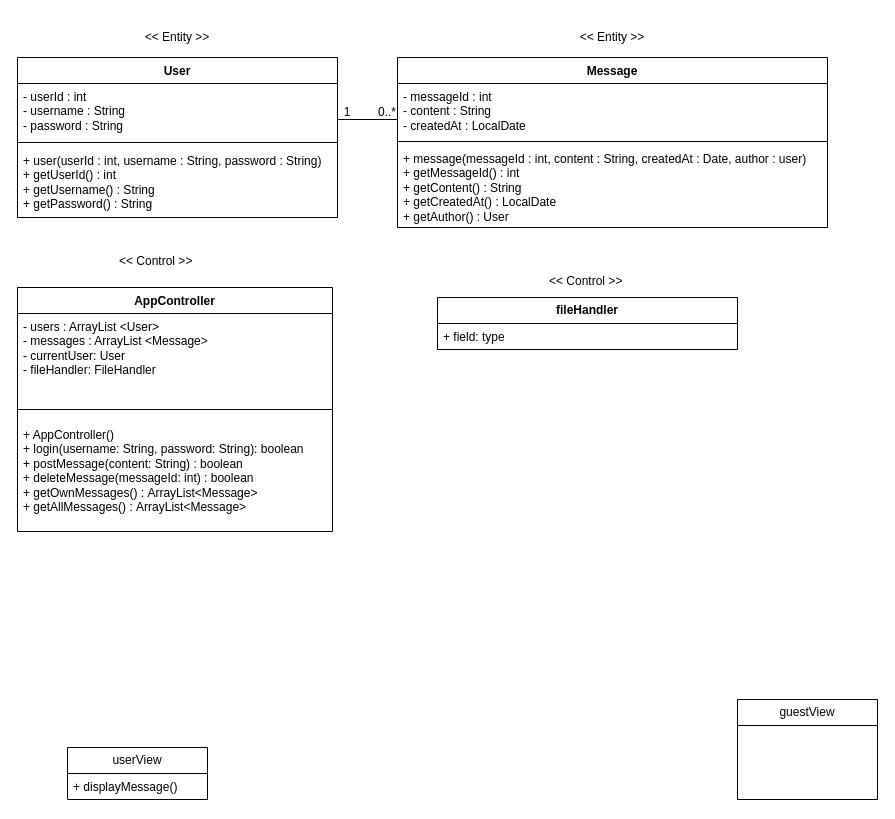
Above: diagrams/class_diagram.drawio in SaraMalmstedt/Chatterbox_Group3 (draw.io), before the change. Source tidied: cells renumbered, new cells numbered last; positions are measured from the earlier drawing's top-left corner, leaving out a move shared by most shapes. Both pictures are drawn from the tidied source at 100%, with x=0, y=0 at pixel (17, 17).
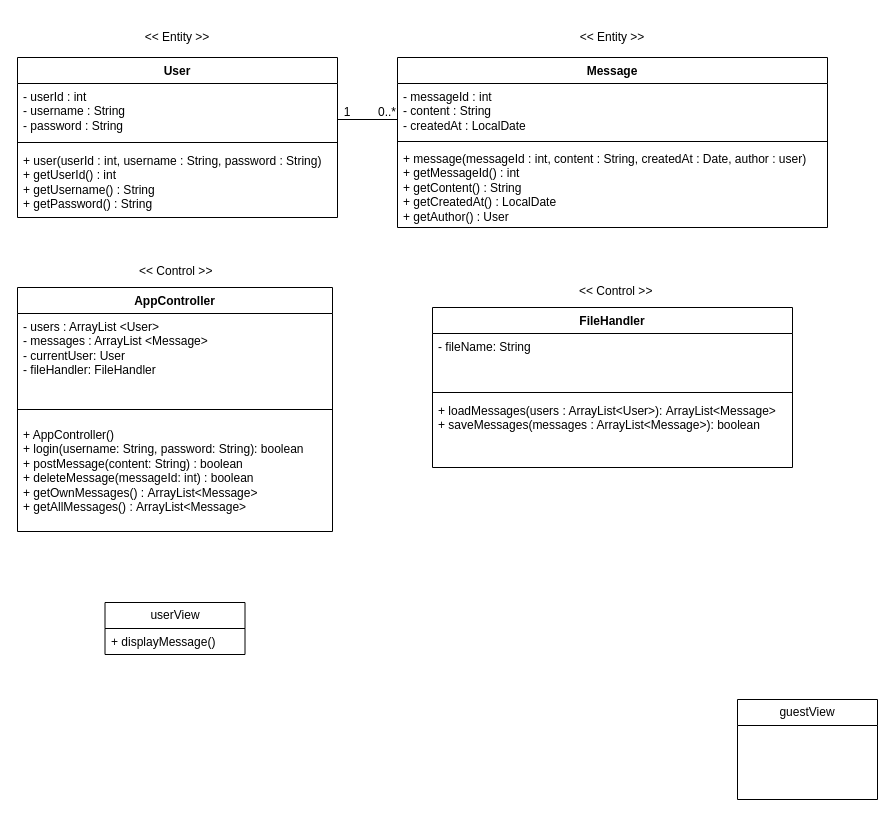
The same page after the edit.

Commit message:
Update class diagram with Controller class FileHandler

The edit, as a diff of the source:
```diff
@@
-    <mxCell id="14" value="&lt;b&gt;fileHandler&lt;/b&gt;" style="swimlane;fontStyle=0;horizontal=1;startSize=26;fillColor=none;whiteSpace=wrap;html=1;" parent="1" vertex="1">
-      <mxGeometry x="420" y="280" width="300" height="52" as="geometry" />
-    </mxCell>
-    <mxCell id="15" value="+ field: type" style="text;strokeColor=none;fillColor=none;align=left;verticalAlign=top;spacingLeft=4;spacingRight=4;overflow=hidden;whiteSpace=wrap;html=1;" parent="14" vertex="1">
-      <mxGeometry y="26" width="300" height="26" as="geometry" />
-    </mxCell>
@@
     <mxCell id="18" value="userView" style="swimlane;fontStyle=0;horizontal=1;startSize=26;fillColor=none;whiteSpace=wrap;html=1;" parent="1" vertex="1">
-      <mxGeometry x="50" y="730" width="140" height="52" as="geometry" />
+      <mxGeometry x="87.5" y="585" width="140" height="52" as="geometry" />
     </mxCell>
@@
     <mxCell id="24" value="&lt;span style=&quot;color: rgb(0, 0, 0); font-family: Helvetica; font-size: 12px; font-style: normal; font-variant-ligatures: normal; font-variant-caps: normal; font-weight: 400; letter-spacing: normal; orphans: 2; text-align: center; text-indent: 0px; text-transform: none; widows: 2; word-spacing: 0px; -webkit-text-stroke-width: 0px; white-space: normal; text-decoration-thickness: initial; text-decoration-style: initial; text-decoration-color: initial; float: none; background-color: rgb(255, 255, 255); display: inline !important;&quot;&gt;&amp;lt;&amp;lt; Control &amp;gt;&amp;gt;&lt;/span&gt;" style="text;whiteSpace=wrap;html=1;" parent="1" vertex="1">
-      <mxGeometry x="100" y="230" width="100" height="40" as="geometry" />
+      <mxGeometry x="120" y="240" width="100" height="40" as="geometry" />
     </mxCell>
     <mxCell id="25" value="&lt;span style=&quot;color: rgb(0, 0, 0); font-family: Helvetica; font-size: 12px; font-style: normal; font-variant-ligatures: normal; font-variant-caps: normal; font-weight: 400; letter-spacing: normal; orphans: 2; text-align: center; text-indent: 0px; text-transform: none; widows: 2; word-spacing: 0px; -webkit-text-stroke-width: 0px; white-space: normal; text-decoration-thickness: initial; text-decoration-style: initial; text-decoration-color: initial; float: none; background-color: rgb(255, 255, 255); display: inline !important;&quot;&gt;&amp;lt;&amp;lt; Control &amp;gt;&amp;gt;&lt;/span&gt;" style="text;whiteSpace=wrap;html=1;" parent="1" vertex="1">
-      <mxGeometry x="530" y="250" width="100" height="40" as="geometry" />
+      <mxGeometry x="560" y="260" width="100" height="30" as="geometry" />
     </mxCell>
+    <mxCell id="26" value="FileHandler" style="swimlane;fontStyle=1;align=center;verticalAlign=top;horizontal=1;startSize=26;whiteSpace=wrap;html=1;" parent="1" vertex="1">
+      <mxGeometry x="415" y="290" width="360" height="160" as="geometry" />
+    </mxCell>
+    <mxCell id="27" value="- fileName: String&lt;br&gt;" style="text;strokeColor=none;fillColor=none;align=left;verticalAlign=top;spacingLeft=4;spacingRight=4;overflow=hidden;whiteSpace=wrap;html=1;" parent="26" vertex="1">
+      <mxGeometry y="26" width="360" height="54" as="geometry" />
+    </mxCell>
+    <mxCell id="28" style="line;strokeWidth=1;fillColor=none;align=left;verticalAlign=middle;spacingTop=-1;spacingLeft=3;spacingRight=3;labelPosition=right;strokeColor=inherit;" parent="26" vertex="1">
+      <mxGeometry y="80" width="360" height="10" as="geometry" />
+    </mxCell>
+    <mxCell id="29" value="&lt;div&gt;+ loadMessages(users : ArrayList&amp;lt;User&amp;gt;):&amp;nbsp;&lt;span style=&quot;background-color: transparent; color: light-dark(rgb(0, 0, 0), rgb(255, 255, 255));&quot;&gt;ArrayList&amp;lt;Message&amp;gt;&lt;/span&gt;&lt;/div&gt;&lt;div&gt;+ saveMessages(messages : ArrayList&amp;lt;Message&amp;gt;&lt;span style=&quot;background-color: transparent; color: light-dark(rgb(0, 0, 0), rgb(255, 255, 255));&quot;&gt;): b&lt;/span&gt;&lt;span style=&quot;background-color: transparent; color: light-dark(rgb(0, 0, 0), rgb(255, 255, 255));&quot;&gt;oolean&lt;/span&gt;&lt;/div&gt;" style="text;strokeColor=none;fillColor=none;align=left;verticalAlign=top;spacingLeft=4;spacingRight=4;overflow=hidden;whiteSpace=wrap;html=1;" parent="26" vertex="1">
+      <mxGeometry y="90" width="360" height="70" as="geometry" />
+    </mxCell>
```
